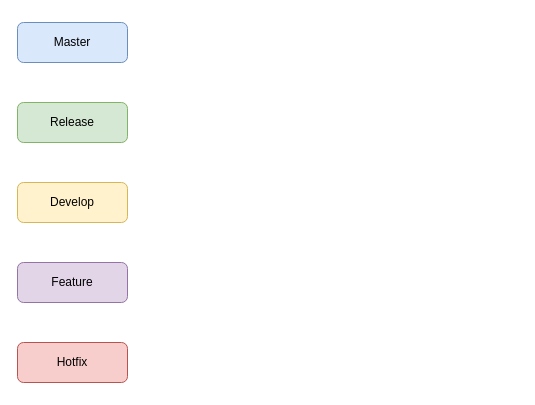
Before: xbd-gitflow.drawio in unclequentin/diagrams, a draw.io diagram. Source tidied: cells renumbered, new cells numbered last; positions are measured from the earlier drawing's top-left corner, leaving out a move shared by most shapes. Both pictures are drawn from the tidied source at 100%, with x=0, y=0 at pixel (17, 22).
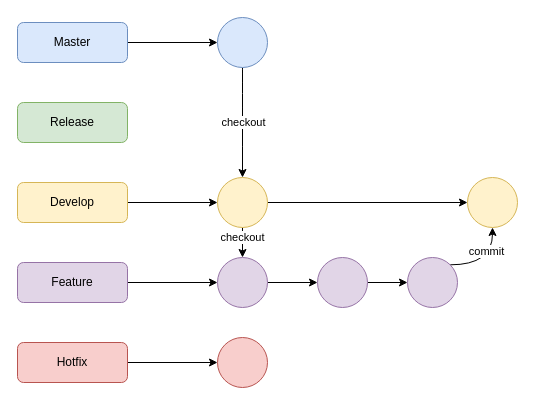
After the change.

The change refers to these unchanged cells:
```xml
<mxCell id="2" value="Master" style="rounded=1;whiteSpace=wrap;html=1;fillColor=#dae8fc;strokeColor=#6c8ebf;" parent="1" vertex="1">
  <mxGeometry width="110" height="40" as="geometry" />
</mxCell>
<mxCell id="4" value="Develop" style="rounded=1;whiteSpace=wrap;html=1;fillColor=#fff2cc;strokeColor=#d6b656;" parent="1" vertex="1">
  <mxGeometry y="160" width="110" height="40" as="geometry" />
</mxCell>
<mxCell id="5" value="Feature" style="rounded=1;whiteSpace=wrap;html=1;fillColor=#e1d5e7;strokeColor=#9673a6;" parent="1" vertex="1">
  <mxGeometry y="240" width="110" height="40" as="geometry" />
</mxCell>
<mxCell id="6" value="Hotfix" style="rounded=1;whiteSpace=wrap;html=1;fillColor=#f8cecc;strokeColor=#b85450;" parent="1" vertex="1">
  <mxGeometry y="320" width="110" height="40" as="geometry" />
</mxCell>
```

What changed in the source:
```diff
@@
+    <mxCell id="7" style="edgeStyle=orthogonalEdgeStyle;rounded=0;jettySize=auto;html=1;" parent="1" edge="1" source="2" target="13">
+      <mxGeometry relative="1" as="geometry" />
+    </mxCell>
@@
+    <mxCell id="8" style="edgeStyle=orthogonalEdgeStyle;rounded=0;jettySize=auto;html=1;" parent="1" edge="1" source="4" target="17">
+      <mxGeometry relative="1" as="geometry" />
+    </mxCell>
@@
+    <mxCell id="9" style="edgeStyle=orthogonalEdgeStyle;rounded=0;jettySize=auto;html=1;" parent="1" edge="1" source="5" target="19">
+      <mxGeometry relative="1" as="geometry" />
+    </mxCell>
@@
+    <mxCell id="10" style="edgeStyle=orthogonalEdgeStyle;rounded=0;jettySize=auto;html=1;" parent="1" edge="1" source="6" target="20">
+      <mxGeometry relative="1" as="geometry" />
+    </mxCell>
@@
+    <mxCell id="11" style="edgeStyle=orthogonalEdgeStyle;rounded=0;jettySize=auto;html=1;exitX=0.5;exitY=1;exitDx=0;exitDy=0;entryX=0.5;entryY=0;entryDx=0;entryDy=0;curved=1;" parent="1" edge="1" source="13" target="17">
+      <mxGeometry relative="1" as="geometry" />
+    </mxCell>
+    <mxCell id="12" value="checkout" style="edgeLabel;html=1;align=center;verticalAlign=middle;" parent="11" vertex="1">
+      <mxGeometry x="-0.02" relative="1" as="geometry" />
+    </mxCell>
+    <mxCell id="13" style="ellipse;whiteSpace=wrap;html=1;fillColor=#dae8fc;strokeColor=#6c8ebf;rounded=1;" parent="1" vertex="1">
+      <mxGeometry x="200" y="-5" width="50" height="50" as="geometry" />
+    </mxCell>
+    <mxCell id="14" style="edgeStyle=orthogonalEdgeStyle;rounded=0;jettySize=auto;html=1;exitX=0.5;exitY=1;exitDx=0;exitDy=0;entryX=0.5;entryY=0;entryDx=0;entryDy=0;" parent="1" edge="1" source="17" target="19">
+      <mxGeometry relative="1" as="geometry" />
+    </mxCell>
+    <mxCell id="15" value="checkout" style="edgeLabel;html=1;align=center;verticalAlign=middle;" parent="14" vertex="1">
+      <mxGeometry x="-0.4" y="-1" relative="1" as="geometry" />
+    </mxCell>
+    <mxCell id="16" style="edgeStyle=orthogonalEdgeStyle;rounded=0;jettySize=auto;html=1;" parent="1" edge="1" source="17" target="26">
+      <mxGeometry relative="1" as="geometry" />
+    </mxCell>
+    <mxCell id="17" style="ellipse;whiteSpace=wrap;html=1;fillColor=#fff2cc;strokeColor=#d6b656;rounded=1;" parent="1" vertex="1">
+      <mxGeometry x="200" y="155" width="50" height="50" as="geometry" />
+    </mxCell>
+    <mxCell id="18" style="edgeStyle=orthogonalEdgeStyle;rounded=0;jettySize=auto;html=1;" parent="1" edge="1" source="19" target="22">
+      <mxGeometry relative="1" as="geometry" />
+    </mxCell>
+    <mxCell id="19" style="ellipse;whiteSpace=wrap;html=1;fillColor=#e1d5e7;strokeColor=#9673a6;rounded=1;" parent="1" vertex="1">
+      <mxGeometry x="200" y="235" width="50" height="50" as="geometry" />
+    </mxCell>
+    <mxCell id="20" style="ellipse;whiteSpace=wrap;html=1;fillColor=#f8cecc;strokeColor=#b85450;rounded=1;" parent="1" vertex="1">
+      <mxGeometry x="200" y="315" width="50" height="50" as="geometry" />
+    </mxCell>
+    <mxCell id="21" style="edgeStyle=orthogonalEdgeStyle;rounded=0;jettySize=auto;html=1;" parent="1" edge="1" source="22" target="25">
+      <mxGeometry relative="1" as="geometry" />
+    </mxCell>
+    <mxCell id="22" style="ellipse;whiteSpace=wrap;html=1;fillColor=#e1d5e7;strokeColor=#9673a6;rounded=1;" parent="1" vertex="1">
+      <mxGeometry x="300" y="235" width="50" height="50" as="geometry" />
+    </mxCell>
+    <mxCell id="23" style="edgeStyle=orthogonalEdgeStyle;rounded=0;jettySize=auto;html=1;exitX=1;exitY=0;exitDx=0;exitDy=0;entryX=0.5;entryY=1;entryDx=0;entryDy=0;curved=1;" parent="1" edge="1" source="25" target="26">
+      <mxGeometry relative="1" as="geometry" />
+    </mxCell>
+    <mxCell id="24" value="commit" style="edgeLabel;html=1;align=center;verticalAlign=middle;" parent="23" vertex="1">
+      <mxGeometry x="0.4" y="7" relative="1" as="geometry" />
+    </mxCell>
+    <mxCell id="25" style="ellipse;whiteSpace=wrap;html=1;fillColor=#e1d5e7;strokeColor=#9673a6;rounded=1;" parent="1" vertex="1">
+      <mxGeometry x="390" y="235" width="50" height="50" as="geometry" />
+    </mxCell>
+    <mxCell id="26" style="ellipse;whiteSpace=wrap;html=1;fillColor=#fff2cc;strokeColor=#d6b656;rounded=1;" parent="1" vertex="1">
+      <mxGeometry x="450" y="155" width="50" height="50" as="geometry" />
+    </mxCell>
```
